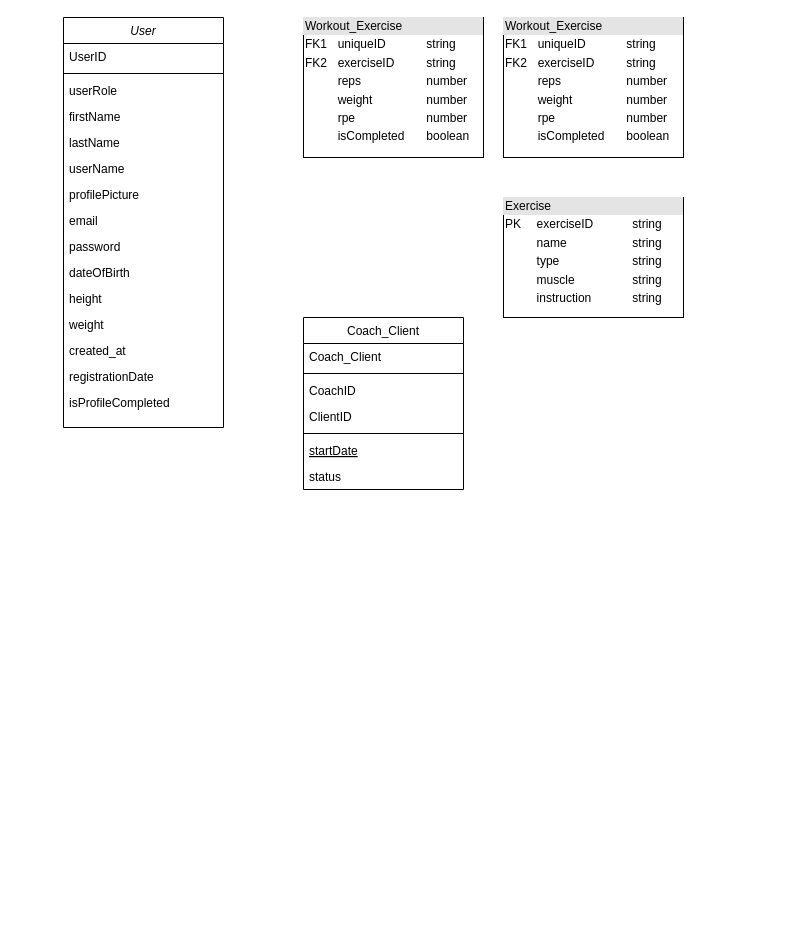
This is Untitled Diagram.drawio from jmmarcuis/FitUP, a draw.io file, before an edit. Source tidied: cells renumbered, new cells numbered last; positions are measured from the earlier drawing's top-left corner, leaving out a move shared by most shapes. Both pictures are drawn from the tidied source at 100%, with x=0, y=0 at pixel (63, 17).
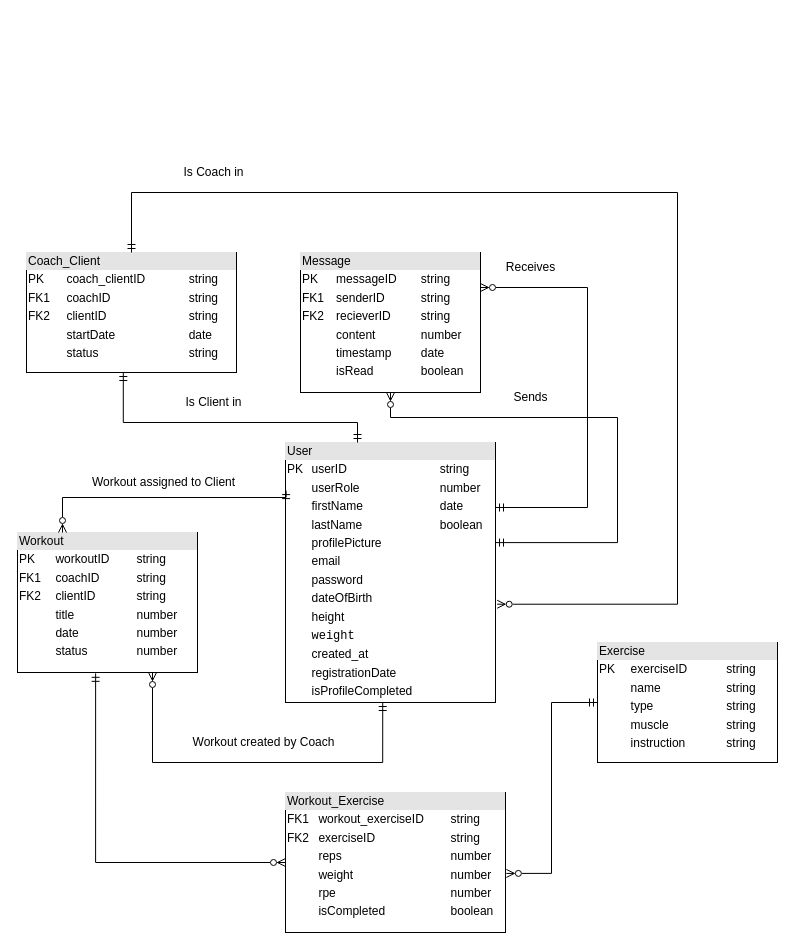
The same diagram, later.

The edit, as a diff of the source:
```diff
@@
-    <mxCell id="2" value="User" style="swimlane;fontStyle=2;align=center;verticalAlign=top;horizontal=1;startSize=26;rounded=0;shadow=0;strokeWidth=1;" parent="1" vertex="1">
-      <mxGeometry width="160" height="410" as="geometry" />
-    </mxCell>
-    <mxCell id="3" value="UserID" style="text;align=left;verticalAlign=top;spacingLeft=4;spacingRight=4;overflow=hidden;rounded=0;shadow=0;html=0;" parent="2" vertex="1">
-      <mxGeometry y="26" width="160" height="26" as="geometry" />
-    </mxCell>
-    <mxCell id="4" style="line;html=1;strokeWidth=1;align=left;verticalAlign=middle;spacingTop=-1;spacingLeft=3;spacingRight=3;labelPosition=right;" parent="2" vertex="1">
-      <mxGeometry y="52" width="160" height="8" as="geometry" />
-    </mxCell>
-    <mxCell id="5" value="userRole" style="text;align=left;verticalAlign=top;spacingLeft=4;spacingRight=4;overflow=hidden;" parent="2" vertex="1">
-      <mxGeometry y="60" width="160" height="26" as="geometry" />
-    </mxCell>
-    <mxCell id="6" value="firstName" style="text;align=left;verticalAlign=top;spacingLeft=4;spacingRight=4;overflow=hidden;" parent="2" vertex="1">
-      <mxGeometry y="86" width="160" height="26" as="geometry" />
-    </mxCell>
-    <mxCell id="7" value="lastName" style="text;align=left;verticalAlign=top;spacingLeft=4;spacingRight=4;overflow=hidden;" parent="2" vertex="1">
-      <mxGeometry y="112" width="160" height="26" as="geometry" />
-    </mxCell>
-    <mxCell id="8" value="userName" style="text;align=left;verticalAlign=top;spacingLeft=4;spacingRight=4;overflow=hidden;" parent="2" vertex="1">
-      <mxGeometry y="138" width="160" height="26" as="geometry" />
-    </mxCell>
-    <mxCell id="9" value="profilePicture" style="text;align=left;verticalAlign=top;spacingLeft=4;spacingRight=4;overflow=hidden;" parent="2" vertex="1">
-      <mxGeometry y="164" width="160" height="26" as="geometry" />
-    </mxCell>
-    <mxCell id="10" value="email" style="text;align=left;verticalAlign=top;spacingLeft=4;spacingRight=4;overflow=hidden;" parent="2" vertex="1">
-      <mxGeometry y="190" width="160" height="26" as="geometry" />
-    </mxCell>
-    <mxCell id="11" value="password" style="text;align=left;verticalAlign=top;spacingLeft=4;spacingRight=4;overflow=hidden;" parent="2" vertex="1">
-      <mxGeometry y="216" width="160" height="26" as="geometry" />
-    </mxCell>
-    <mxCell id="12" value="dateOfBirth" style="text;align=left;verticalAlign=top;spacingLeft=4;spacingRight=4;overflow=hidden;" parent="2" vertex="1">
-      <mxGeometry y="242" width="160" height="26" as="geometry" />
-    </mxCell>
-    <mxCell id="13" value="height" style="text;align=left;verticalAlign=top;spacingLeft=4;spacingRight=4;overflow=hidden;" parent="2" vertex="1">
-      <mxGeometry y="268" width="160" height="26" as="geometry" />
-    </mxCell>
-    <mxCell id="14" value="weight" style="text;align=left;verticalAlign=top;spacingLeft=4;spacingRight=4;overflow=hidden;" parent="2" vertex="1">
-      <mxGeometry y="294" width="160" height="26" as="geometry" />
-    </mxCell>
-    <mxCell id="15" value="created_at" style="text;align=left;verticalAlign=top;spacingLeft=4;spacingRight=4;overflow=hidden;" parent="2" vertex="1">
-      <mxGeometry y="320" width="160" height="26" as="geometry" />
-    </mxCell>
-    <mxCell id="16" value="registrationDate" style="text;align=left;verticalAlign=top;spacingLeft=4;spacingRight=4;overflow=hidden;" parent="2" vertex="1">
-      <mxGeometry y="346" width="160" height="26" as="geometry" />
-    </mxCell>
-    <mxCell id="17" value="isProfileCompleted" style="text;align=left;verticalAlign=top;spacingLeft=4;spacingRight=4;overflow=hidden;" parent="2" vertex="1">
-      <mxGeometry y="372" width="160" height="26" as="geometry" />
-    </mxCell>
-    <mxCell id="18" value="Coach_Client" style="swimlane;fontStyle=0;align=center;verticalAlign=top;horizontal=1;startSize=26;rounded=0;shadow=0;strokeWidth=1;" parent="1" vertex="1">
-      <mxGeometry x="240" y="300" width="160" height="172" as="geometry" />
-    </mxCell>
-    <mxCell id="19" value="Coach_Client" style="text;align=left;verticalAlign=top;spacingLeft=4;spacingRight=4;overflow=hidden;" parent="18" vertex="1">
-      <mxGeometry y="26" width="160" height="26" as="geometry" />
-    </mxCell>
-    <mxCell id="20" style="line;html=1;strokeWidth=1;align=left;verticalAlign=middle;spacingTop=-1;spacingLeft=3;spacingRight=3;labelPosition=right;" parent="18" vertex="1">
-      <mxGeometry y="52" width="160" height="8" as="geometry" />
-    </mxCell>
-    <mxCell id="21" value="CoachID" style="text;align=left;verticalAlign=top;spacingLeft=4;spacingRight=4;overflow=hidden;rounded=0;shadow=0;html=0;" parent="18" vertex="1">
-      <mxGeometry y="60" width="160" height="26" as="geometry" />
-    </mxCell>
-    <mxCell id="22" value="ClientID" style="text;align=left;verticalAlign=top;spacingLeft=4;spacingRight=4;overflow=hidden;rounded=0;shadow=0;html=0;" parent="18" vertex="1">
-      <mxGeometry y="86" width="160" height="26" as="geometry" />
-    </mxCell>
-    <mxCell id="23" style="line;html=1;strokeWidth=1;align=left;verticalAlign=middle;spacingTop=-1;spacingLeft=3;spacingRight=3;labelPosition=right;" parent="18" vertex="1">
-      <mxGeometry y="112" width="160" height="8" as="geometry" />
-    </mxCell>
-    <mxCell id="24" value="startDate" style="text;align=left;verticalAlign=top;spacingLeft=4;spacingRight=4;overflow=hidden;fontStyle=4;" parent="18" vertex="1">
-      <mxGeometry y="120" width="160" height="26" as="geometry" />
-    </mxCell>
-    <mxCell id="25" value="status" style="text;align=left;verticalAlign=top;spacingLeft=4;spacingRight=4;overflow=hidden;" parent="18" vertex="1">
-      <mxGeometry y="146" width="160" height="26" as="geometry" />
-    </mxCell>
-    <mxCell id="26" value="&lt;div style=&quot;box-sizing:border-box;width:100%;background:#e4e4e4;padding:2px;&quot;&gt;Workout_Exercise&lt;br&gt;&lt;/div&gt;&lt;table style=&quot;width:100%;font-size:1em;&quot; cellpadding=&quot;2&quot; cellspacing=&quot;0&quot;&gt;&lt;tbody&gt;&lt;tr&gt;&lt;td&gt;FK1&lt;br&gt;&lt;/td&gt;&lt;td&gt;uniqueID&lt;br&gt;&lt;/td&gt;&lt;td&gt;string&lt;br&gt;&lt;/td&gt;&lt;/tr&gt;&lt;tr&gt;&lt;td&gt;FK2&lt;/td&gt;&lt;td&gt;exerciseID&lt;/td&gt;&lt;td&gt;string&lt;br&gt;&lt;/td&gt;&lt;/tr&gt;&lt;tr&gt;&lt;td&gt;&lt;/td&gt;&lt;td&gt;reps&lt;/td&gt;&lt;td&gt;number&lt;br&gt;&lt;/td&gt;&lt;/tr&gt;&lt;tr&gt;&lt;td&gt;&lt;br&gt;&lt;/td&gt;&lt;td&gt;weight&lt;br&gt;&lt;/td&gt;&lt;td&gt;number&lt;br&gt;&lt;/td&gt;&lt;/tr&gt;&lt;tr&gt;&lt;td&gt;&lt;br&gt;&lt;/td&gt;&lt;td&gt;rpe&lt;br&gt;&lt;/td&gt;&lt;td&gt;number&lt;br&gt;&lt;/td&gt;&lt;/tr&gt;&lt;tr&gt;&lt;td&gt;&lt;br&gt;&lt;/td&gt;&lt;td&gt;isCompleted&lt;br&gt;&lt;/td&gt;&lt;td&gt;boolean&lt;br&gt;&lt;/td&gt;&lt;/tr&gt;&lt;/tbody&gt;&lt;/table&gt;" style="verticalAlign=top;align=left;overflow=fill;html=1;whiteSpace=wrap;" parent="1" vertex="1">
-      <mxGeometry x="440" width="180" height="140" as="geometry" />
+    <mxCell id="26" value="&lt;div style=&quot;box-sizing:border-box;width:100%;background:#e4e4e4;padding:2px;&quot;&gt;Workout_Exercise&lt;br&gt;&lt;/div&gt;&lt;table style=&quot;width:100%;font-size:1em;&quot; cellpadding=&quot;2&quot; cellspacing=&quot;0&quot;&gt;&lt;tbody&gt;&lt;tr&gt;&lt;td&gt;FK1&lt;br&gt;&lt;/td&gt;&lt;td&gt;workout_exerciseID&lt;br&gt;&lt;/td&gt;&lt;td&gt;string&lt;br&gt;&lt;/td&gt;&lt;/tr&gt;&lt;tr&gt;&lt;td&gt;FK2&lt;/td&gt;&lt;td&gt;exerciseID&lt;/td&gt;&lt;td&gt;string&lt;br&gt;&lt;/td&gt;&lt;/tr&gt;&lt;tr&gt;&lt;td&gt;&lt;/td&gt;&lt;td&gt;reps&lt;/td&gt;&lt;td&gt;number&lt;br&gt;&lt;/td&gt;&lt;/tr&gt;&lt;tr&gt;&lt;td&gt;&lt;br&gt;&lt;/td&gt;&lt;td&gt;weight&lt;br&gt;&lt;/td&gt;&lt;td&gt;number&lt;br&gt;&lt;/td&gt;&lt;/tr&gt;&lt;tr&gt;&lt;td&gt;&lt;br&gt;&lt;/td&gt;&lt;td&gt;rpe&lt;br&gt;&lt;/td&gt;&lt;td&gt;number&lt;br&gt;&lt;/td&gt;&lt;/tr&gt;&lt;tr&gt;&lt;td&gt;&lt;br&gt;&lt;/td&gt;&lt;td&gt;isCompleted&lt;br&gt;&lt;/td&gt;&lt;td&gt;boolean&lt;br&gt;&lt;/td&gt;&lt;/tr&gt;&lt;/tbody&gt;&lt;/table&gt;" style="verticalAlign=top;align=left;overflow=fill;html=1;whiteSpace=wrap;" parent="1" vertex="1">
+      <mxGeometry x="222" y="775" width="220" height="140" as="geometry" />
     </mxCell>
     <mxCell id="27" value="&lt;div style=&quot;box-sizing:border-box;width:100%;background:#e4e4e4;padding:2px;&quot;&gt;Exercise&lt;br&gt;&lt;/div&gt;&lt;table style=&quot;width:100%;font-size:1em;&quot; cellpadding=&quot;2&quot; cellspacing=&quot;0&quot;&gt;&lt;tbody&gt;&lt;tr&gt;&lt;td&gt;PK&lt;br&gt;&lt;/td&gt;&lt;td&gt;exerciseID&lt;br&gt;&lt;/td&gt;&lt;td&gt;string&lt;br&gt;&lt;/td&gt;&lt;/tr&gt;&lt;tr&gt;&lt;td&gt;&lt;br&gt;&lt;/td&gt;&lt;td&gt;name&lt;/td&gt;&lt;td&gt;string&lt;br&gt;&lt;/td&gt;&lt;/tr&gt;&lt;tr&gt;&lt;td&gt;&lt;/td&gt;&lt;td&gt;type&lt;br&gt;&lt;/td&gt;&lt;td&gt;string&lt;/td&gt;&lt;/tr&gt;&lt;tr&gt;&lt;td&gt;&lt;br&gt;&lt;/td&gt;&lt;td&gt;muscle&lt;br&gt;&lt;/td&gt;&lt;td&gt;string&lt;/td&gt;&lt;/tr&gt;&lt;tr&gt;&lt;td&gt;&lt;br&gt;&lt;/td&gt;&lt;td&gt;instruction&lt;br&gt;&lt;/td&gt;&lt;td&gt;string&lt;/td&gt;&lt;/tr&gt;&lt;/tbody&gt;&lt;/table&gt;" style="verticalAlign=top;align=left;overflow=fill;html=1;whiteSpace=wrap;" parent="1" vertex="1">
-      <mxGeometry x="440" y="180" width="180" height="120" as="geometry" />
+      <mxGeometry x="534" y="625" width="180" height="120" as="geometry" />
     </mxCell>
+    <mxCell id="29" style="edgeStyle=orthogonalEdgeStyle;rounded=0;jettySize=auto;html=1;exitX=0.75;exitY=1;exitDx=0;exitDy=0;entryX=0.463;entryY=1;entryDx=0;entryDy=0;entryPerimeter=0;startArrow=ERzeroToMany;startFill=0;endArrow=ERmandOne;endFill=0;" parent="1" edge="1" source="28" target="33">
+      <mxGeometry relative="1" as="geometry">
+        <Array as="points">
+          <mxPoint x="89" y="745" />
+          <mxPoint x="319" y="745" />
+          <mxPoint x="319" y="685" />
+        </Array>
+      </mxGeometry>
+    </mxCell>
-    <mxCell id="28" value="&lt;div style=&quot;box-sizing:border-box;width:100%;background:#e4e4e4;padding:2px;&quot;&gt;Workout_Exercise&lt;br&gt;&lt;/div&gt;&lt;table style=&quot;width:100%;font-size:1em;&quot; cellpadding=&quot;2&quot; cellspacing=&quot;0&quot;&gt;&lt;tbody&gt;&lt;tr&gt;&lt;td&gt;FK1&lt;br&gt;&lt;/td&gt;&lt;td&gt;uniqueID&lt;br&gt;&lt;/td&gt;&lt;td&gt;string&lt;br&gt;&lt;/td&gt;&lt;/tr&gt;&lt;tr&gt;&lt;td&gt;FK2&lt;/td&gt;&lt;td&gt;exerciseID&lt;/td&gt;&lt;td&gt;string&lt;br&gt;&lt;/td&gt;&lt;/tr&gt;&lt;tr&gt;&lt;td&gt;&lt;/td&gt;&lt;td&gt;reps&lt;/td&gt;&lt;td&gt;number&lt;br&gt;&lt;/td&gt;&lt;/tr&gt;&lt;tr&gt;&lt;td&gt;&lt;br&gt;&lt;/td&gt;&lt;td&gt;weight&lt;br&gt;&lt;/td&gt;&lt;td&gt;number&lt;br&gt;&lt;/td&gt;&lt;/tr&gt;&lt;tr&gt;&lt;td&gt;&lt;br&gt;&lt;/td&gt;&lt;td&gt;rpe&lt;br&gt;&lt;/td&gt;&lt;td&gt;number&lt;br&gt;&lt;/td&gt;&lt;/tr&gt;&lt;tr&gt;&lt;td&gt;&lt;br&gt;&lt;/td&gt;&lt;td&gt;isCompleted&lt;br&gt;&lt;/td&gt;&lt;td&gt;boolean&lt;br&gt;&lt;/td&gt;&lt;/tr&gt;&lt;/tbody&gt;&lt;/table&gt;" style="verticalAlign=top;align=left;overflow=fill;html=1;whiteSpace=wrap;" parent="1" vertex="1">
-      <mxGeometry x="240" width="180" height="140" as="geometry" />
+    <mxCell id="28" value="&lt;div style=&quot;box-sizing:border-box;width:100%;background:#e4e4e4;padding:2px;&quot;&gt;Workout&lt;br&gt;&lt;/div&gt;&lt;table style=&quot;width:100%;font-size:1em;&quot; cellpadding=&quot;2&quot; cellspacing=&quot;0&quot;&gt;&lt;tbody&gt;&lt;tr&gt;&lt;td&gt;PK&lt;br&gt;&lt;/td&gt;&lt;td&gt;workoutID&lt;br&gt;&lt;/td&gt;&lt;td&gt;string&lt;br&gt;&lt;/td&gt;&lt;/tr&gt;&lt;tr&gt;&lt;td&gt;FK1&lt;/td&gt;&lt;td&gt;coachID&lt;br&gt;&lt;/td&gt;&lt;td&gt;string&lt;br&gt;&lt;/td&gt;&lt;/tr&gt;&lt;tr&gt;&lt;td&gt;FK2&lt;br&gt;&lt;/td&gt;&lt;td&gt;clientID&lt;br&gt;&lt;/td&gt;&lt;td&gt;string&lt;br&gt;&lt;/td&gt;&lt;/tr&gt;&lt;tr&gt;&lt;td&gt;&lt;/td&gt;&lt;td&gt;title&lt;/td&gt;&lt;td&gt;number&lt;br&gt;&lt;/td&gt;&lt;/tr&gt;&lt;tr&gt;&lt;td&gt;&lt;br&gt;&lt;/td&gt;&lt;td&gt;date&lt;br&gt;&lt;/td&gt;&lt;td&gt;number&lt;br&gt;&lt;/td&gt;&lt;/tr&gt;&lt;tr&gt;&lt;td&gt;&lt;br&gt;&lt;/td&gt;&lt;td&gt;status&lt;br&gt;&lt;/td&gt;&lt;td&gt;number&lt;br&gt;&lt;/td&gt;&lt;/tr&gt;&lt;/tbody&gt;&lt;/table&gt;" style="verticalAlign=top;align=left;overflow=fill;html=1;whiteSpace=wrap;" parent="1" vertex="1">
+      <mxGeometry x="-46" y="515" width="180" height="140" as="geometry" />
     </mxCell>
+    <mxCell id="30" value="&lt;div style=&quot;box-sizing:border-box;width:100%;background:#e4e4e4;padding:2px;&quot;&gt;Message&lt;br&gt;&lt;/div&gt;&lt;table style=&quot;width:100%;font-size:1em;&quot; cellpadding=&quot;2&quot; cellspacing=&quot;0&quot;&gt;&lt;tbody&gt;&lt;tr&gt;&lt;td&gt;PK&lt;br&gt;&lt;/td&gt;&lt;td&gt;messageID&lt;br&gt;&lt;/td&gt;&lt;td&gt;string&lt;br&gt;&lt;/td&gt;&lt;/tr&gt;&lt;tr&gt;&lt;td&gt;FK1&lt;/td&gt;&lt;td&gt;senderID&lt;br&gt;&lt;/td&gt;&lt;td&gt;string&lt;br&gt;&lt;/td&gt;&lt;/tr&gt;&lt;tr&gt;&lt;td&gt;FK2&lt;br&gt;&lt;/td&gt;&lt;td&gt;recieverID&lt;br&gt;&lt;/td&gt;&lt;td&gt;string&lt;br&gt;&lt;/td&gt;&lt;/tr&gt;&lt;tr&gt;&lt;td&gt;&lt;/td&gt;&lt;td&gt;content&lt;/td&gt;&lt;td&gt;number&lt;br&gt;&lt;/td&gt;&lt;/tr&gt;&lt;tr&gt;&lt;td&gt;&lt;br&gt;&lt;/td&gt;&lt;td&gt;timestamp&lt;br&gt;&lt;/td&gt;&lt;td&gt;date&lt;br&gt;&lt;/td&gt;&lt;/tr&gt;&lt;tr&gt;&lt;td&gt;&lt;br&gt;&lt;/td&gt;&lt;td&gt;isRead&lt;br&gt;&lt;/td&gt;&lt;td&gt;boolean&lt;br&gt;&lt;/td&gt;&lt;/tr&gt;&lt;/tbody&gt;&lt;/table&gt;" style="verticalAlign=top;align=left;overflow=fill;html=1;whiteSpace=wrap;" parent="1" vertex="1">
+      <mxGeometry x="237" y="235" width="180" height="140" as="geometry" />
+    </mxCell>
+    <mxCell id="31" value="&lt;div style=&quot;box-sizing:border-box;width:100%;background:#e4e4e4;padding:2px;&quot;&gt;Coach_Client&lt;br&gt;&lt;/div&gt;&lt;table style=&quot;width:100%;font-size:1em;&quot; cellpadding=&quot;2&quot; cellspacing=&quot;0&quot;&gt;&lt;tbody&gt;&lt;tr&gt;&lt;td&gt;PK&lt;br&gt;&lt;/td&gt;&lt;td&gt;coach_clientID&lt;br&gt;&lt;/td&gt;&lt;td&gt;string&lt;br&gt;&lt;/td&gt;&lt;/tr&gt;&lt;tr&gt;&lt;td&gt;FK1&lt;/td&gt;&lt;td&gt;coachID&lt;br&gt;&lt;/td&gt;&lt;td&gt;string&lt;br&gt;&lt;/td&gt;&lt;/tr&gt;&lt;tr&gt;&lt;td&gt;FK2&lt;br&gt;&lt;/td&gt;&lt;td&gt;clientID&lt;br&gt;&lt;/td&gt;&lt;td&gt;string&lt;br&gt;&lt;/td&gt;&lt;/tr&gt;&lt;tr&gt;&lt;td&gt;&lt;/td&gt;&lt;td&gt;startDate&lt;/td&gt;&lt;td&gt;date&lt;br&gt;&lt;/td&gt;&lt;/tr&gt;&lt;tr&gt;&lt;td&gt;&lt;br&gt;&lt;/td&gt;&lt;td&gt;status&lt;br&gt;&lt;/td&gt;&lt;td&gt;string&lt;br&gt;&lt;/td&gt;&lt;/tr&gt;&lt;/tbody&gt;&lt;/table&gt;" style="verticalAlign=top;align=left;overflow=fill;html=1;whiteSpace=wrap;" parent="1" vertex="1">
+      <mxGeometry x="-37" y="235" width="210" height="120" as="geometry" />
+    </mxCell>
+    <mxCell id="32" style="edgeStyle=orthogonalEdgeStyle;rounded=0;jettySize=auto;html=1;exitX=1;exitY=0.25;exitDx=0;exitDy=0;entryX=1;entryY=0.25;entryDx=0;entryDy=0;startArrow=ERmandOne;startFill=0;endArrow=ERzeroToMany;endFill=0;" parent="1" edge="1" source="33" target="30">
+      <mxGeometry relative="1" as="geometry">
+        <Array as="points">
+          <mxPoint x="524" y="490" />
+          <mxPoint x="524" y="270" />
+        </Array>
+      </mxGeometry>
+    </mxCell>
+    <mxCell id="33" value="&lt;div style=&quot;box-sizing:border-box;width:100%;background:#e4e4e4;padding:2px;&quot;&gt;User&lt;br&gt;&lt;/div&gt;&lt;table style=&quot;width:100%;font-size:1em;&quot; cellpadding=&quot;2&quot; cellspacing=&quot;0&quot;&gt;&lt;tbody&gt;&lt;tr&gt;&lt;td&gt;PK&lt;br&gt;&lt;/td&gt;&lt;td&gt;userID&lt;br&gt;&lt;/td&gt;&lt;td&gt;string&lt;br&gt;&lt;/td&gt;&lt;/tr&gt;&lt;tr&gt;&lt;td&gt;&lt;/td&gt;&lt;td&gt;userRole&lt;/td&gt;&lt;td&gt;number&lt;br&gt;&lt;/td&gt;&lt;/tr&gt;&lt;tr&gt;&lt;td&gt;&lt;br&gt;&lt;/td&gt;&lt;td&gt;firstName&lt;/td&gt;&lt;td&gt;date&lt;br&gt;&lt;/td&gt;&lt;/tr&gt;&lt;tr&gt;&lt;td&gt;&lt;br&gt;&lt;/td&gt;&lt;td&gt;lastName&lt;/td&gt;&lt;td&gt;boolean&lt;br&gt;&lt;/td&gt;&lt;/tr&gt;&lt;tr&gt;&lt;td&gt;&lt;br&gt;&lt;/td&gt;&lt;td&gt;profilePicture&lt;br&gt;&lt;/td&gt;&lt;td&gt;&lt;br&gt;&lt;/td&gt;&lt;/tr&gt;&lt;tr&gt;&lt;td&gt;&lt;br&gt;&lt;/td&gt;&lt;td&gt;email&lt;br&gt;&lt;/td&gt;&lt;td&gt;&lt;br&gt;&lt;/td&gt;&lt;/tr&gt;&lt;tr&gt;&lt;td&gt;&lt;br&gt;&lt;/td&gt;&lt;td&gt;password&lt;br&gt;&lt;/td&gt;&lt;td&gt;&lt;br&gt;&lt;/td&gt;&lt;/tr&gt;&lt;tr&gt;&lt;td&gt;&lt;br&gt;&lt;/td&gt;&lt;td&gt;dateOfBirth&lt;br&gt;&lt;/td&gt;&lt;td&gt;&lt;br&gt;&lt;/td&gt;&lt;/tr&gt;&lt;tr&gt;&lt;td&gt;&lt;br&gt;&lt;/td&gt;&lt;td&gt;height&lt;br&gt;&lt;/td&gt;&lt;td&gt;&lt;br&gt;&lt;/td&gt;&lt;/tr&gt;&lt;tr&gt;&lt;td&gt;&lt;br&gt;&lt;/td&gt;&lt;td&gt;&lt;code&gt;weight&lt;/code&gt;&lt;br&gt;&lt;/td&gt;&lt;td&gt;&lt;br&gt;&lt;/td&gt;&lt;/tr&gt;&lt;tr&gt;&lt;td&gt;&lt;br&gt;&lt;/td&gt;&lt;td&gt;created_at&lt;br&gt;&lt;/td&gt;&lt;td&gt;&lt;br&gt;&lt;/td&gt;&lt;/tr&gt;&lt;tr&gt;&lt;td&gt;&lt;br&gt;&lt;/td&gt;&lt;td&gt;registrationDate&lt;br&gt;&lt;/td&gt;&lt;td&gt;&lt;br&gt;&lt;/td&gt;&lt;/tr&gt;&lt;tr&gt;&lt;td&gt;&lt;br&gt;&lt;/td&gt;&lt;td&gt;isProfileCompleted&lt;br&gt;&lt;/td&gt;&lt;td&gt;&lt;br&gt;&lt;/td&gt;&lt;/tr&gt;&lt;/tbody&gt;&lt;/table&gt;" style="verticalAlign=top;align=left;overflow=fill;html=1;whiteSpace=wrap;" parent="1" vertex="1">
+      <mxGeometry x="222" y="425" width="210" height="260" as="geometry" />
+    </mxCell>
+    <mxCell id="34" style="edgeStyle=orthogonalEdgeStyle;rounded=0;jettySize=auto;html=1;startArrow=ERzeroToMany;startFill=0;endArrow=ERmandOne;endFill=0;entryX=1;entryY=0.385;entryDx=0;entryDy=0;entryPerimeter=0;" parent="1" edge="1" source="30" target="33">
+      <mxGeometry relative="1" as="geometry">
+        <Array as="points">
+          <mxPoint x="327" y="400" />
+          <mxPoint x="554" y="400" />
+          <mxPoint x="554" y="525" />
+        </Array>
+      </mxGeometry>
+    </mxCell>
+    <mxCell id="35" style="edgeStyle=orthogonalEdgeStyle;rounded=0;jettySize=auto;html=1;entryX=1.004;entryY=0.578;entryDx=0;entryDy=0;entryPerimeter=0;startArrow=ERmandOne;startFill=0;endArrow=ERzeroToMany;endFill=0;" parent="1" edge="1" source="27" target="26">
+      <mxGeometry relative="1" as="geometry" />
+    </mxCell>
+    <mxCell id="36" style="edgeStyle=orthogonalEdgeStyle;rounded=0;jettySize=auto;html=1;exitX=0.5;exitY=0;exitDx=0;exitDy=0;entryX=1.008;entryY=0.622;entryDx=0;entryDy=0;entryPerimeter=0;startArrow=ERmandOne;startFill=0;endArrow=ERzeroToMany;endFill=0;" parent="1" edge="1" source="31" target="33">
+      <mxGeometry relative="1" as="geometry">
+        <Array as="points">
+          <mxPoint x="68" y="175" />
+          <mxPoint x="614" y="175" />
+          <mxPoint x="614" y="587" />
+        </Array>
+      </mxGeometry>
+    </mxCell>
+    <mxCell id="37" style="edgeStyle=orthogonalEdgeStyle;rounded=0;jettySize=auto;html=1;startArrow=ERmandOne;startFill=0;endArrow=ERmandOne;endFill=0;entryX=0.343;entryY=0;entryDx=0;entryDy=0;entryPerimeter=0;exitX=0.461;exitY=1;exitDx=0;exitDy=0;exitPerimeter=0;" parent="1" edge="1" source="31" target="33">
+      <mxGeometry relative="1" as="geometry">
+        <Array as="points">
+          <mxPoint x="60" y="405" />
+          <mxPoint x="294" y="405" />
+        </Array>
+      </mxGeometry>
+    </mxCell>
+    <mxCell id="38" style="edgeStyle=orthogonalEdgeStyle;rounded=0;jettySize=auto;html=1;entryX=0.434;entryY=1.006;entryDx=0;entryDy=0;entryPerimeter=0;startArrow=ERzeroToMany;startFill=0;endArrow=ERmandOne;endFill=0;" parent="1" edge="1" source="26" target="28">
+      <mxGeometry relative="1" as="geometry" />
+    </mxCell>
+    <mxCell id="39" value="Receives" style="text;html=1;align=center;verticalAlign=middle;strokeColor=none;fillColor=none;" parent="1" vertex="1">
+      <mxGeometry x="432" y="235" width="70" height="30" as="geometry" />
+    </mxCell>
+    <mxCell id="40" value="Sends" style="text;html=1;align=center;verticalAlign=middle;strokeColor=none;fillColor=none;" parent="1" vertex="1">
+      <mxGeometry x="437" y="365" width="60" height="30" as="geometry" />
+    </mxCell>
+    <mxCell id="41" style="edgeStyle=orthogonalEdgeStyle;rounded=0;jettySize=auto;html=1;exitX=0.25;exitY=0;exitDx=0;exitDy=0;entryX=0.003;entryY=0.185;entryDx=0;entryDy=0;entryPerimeter=0;startArrow=ERzeroToMany;startFill=0;endArrow=ERmandOne;endFill=0;" parent="1" edge="1" source="28" target="33">
+      <mxGeometry relative="1" as="geometry">
+        <Array as="points">
+          <mxPoint x="-1" y="480" />
+          <mxPoint x="223" y="480" />
+        </Array>
+      </mxGeometry>
+    </mxCell>
+    <mxCell id="42" value="Workout created by Coach" style="text;html=1;align=center;verticalAlign=middle;strokeColor=none;fillColor=none;" parent="1" vertex="1">
+      <mxGeometry x="120" y="710" width="160" height="30" as="geometry" />
+    </mxCell>
+    <mxCell id="43" value="Workout assigned to Client" style="text;html=1;align=center;verticalAlign=middle;strokeColor=none;fillColor=none;" parent="1" vertex="1">
+      <mxGeometry x="20" y="450" width="160" height="30" as="geometry" />
+    </mxCell>
+    <mxCell id="44" value="Is Client in" style="text;html=1;align=center;verticalAlign=middle;strokeColor=none;fillColor=none;" parent="1" vertex="1">
+      <mxGeometry x="110" y="370" width="80" height="30" as="geometry" />
+    </mxCell>
+    <mxCell id="45" value="Is Coach in" style="text;html=1;align=center;verticalAlign=middle;strokeColor=none;fillColor=none;" parent="1" vertex="1">
+      <mxGeometry x="110" y="140" width="80" height="30" as="geometry" />
+    </mxCell>
```
